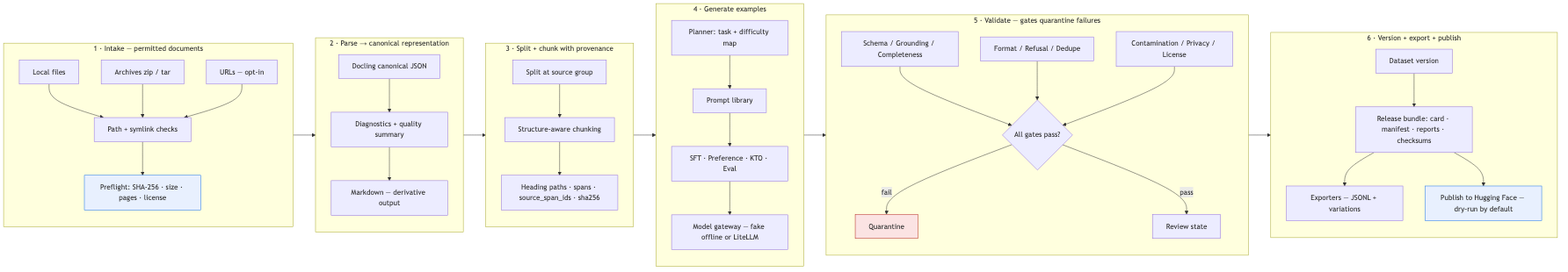
waalwalker1/knovaryn keeps this Mermaid diagram as docs/assets/pipeline-flow.png. Above is the earlier version. Its source is kept beside it as docs/assets/pipeline-flow.mmd. Source of this version:
```mermaid
flowchart LR
    subgraph INPUT["1 · Intake — permitted documents"]
        direction TB
        A1["Local files"] --> A2["Path + symlink checks"]
        A3["Archives zip / tar"] --> A2
        A4["URLs — opt-in"] --> A2
        A2 --> A5["Preflight: SHA-256 · size · pages · license"]
    end

    subgraph PARSE["2 · Parse → canonical representation"]
        direction TB
        P1["Docling canonical JSON"] --> P2["Diagnostics + quality summary"]
        P2 --> P3["Markdown — derivative output"]
    end

    subgraph SPLIT["3 · Split + chunk with provenance"]
        direction TB
        S1["Split at source group"] --> S2["Structure-aware chunking"]
        S2 --> S3["Heading paths · spans · source_span_ids · sha256"]
    end

    subgraph GEN["4 · Generate examples"]
        direction TB
        G1["Planner: task + difficulty map"] --> G2["Prompt library"]
        G2 --> G3["SFT · Preference · KTO · Eval"]
        G3 --> G4["Model gateway — fake offline or LiteLLM"]
    end

    subgraph VAL["5 · Validate — gates quarantine failures"]
        direction TB
        V1["Schema / Grounding / Completeness"]
        V2["Format / Refusal / Dedupe"]
        V3["Contamination / Privacy / License"]
        V1 --> V4{"All gates pass?"}
        V2 --> V4
        V3 --> V4
        V4 -- fail --> V5["Quarantine"]
        V4 -- pass --> V6["Review state"]
    end

    subgraph OUT["6 · Version + export + publish"]
        direction TB
        O1["Dataset version"] --> O2["Release bundle: card · manifest · reports · checksums"]
        O2 --> O3["Exporters — JSONL + variations"]
        O2 --> O4["Publish to Hugging Face — dry-run by default"]
    end

    A5 --> P1
    P3 --> S1
    S3 --> G1
    G4 --> V1
    V6 --> O1

    style V5 fill:#fbe3e3,stroke:#b3261e
    style A5 fill:#e8f0fe,stroke:#1a73e8
    style O4 fill:#e8f0fe,stroke:#1a73e8
```
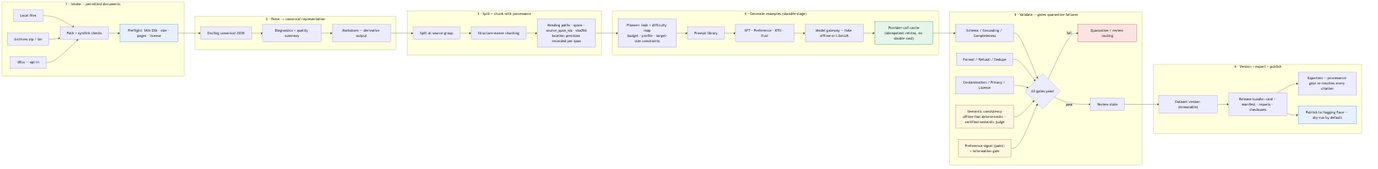
After the change.

The edit, as a diff of the source:
```diff
@@ -16,14 +16,15 @@
     subgraph SPLIT["3 · Split + chunk with provenance"]
         direction TB
         S1["Split at source group"] --> S2["Structure-aware chunking"]
-        S2 --> S3["Heading paths · spans · source_span_ids · sha256"]
+        S2 --> S3["Heading paths · spans · source_span_ids · sha256<br/>location precision recorded per span"]
     end
 
-    subgraph GEN["4 · Generate examples"]
+    subgraph GEN["4 · Generate examples (durable stage)"]
         direction TB
-        G1["Planner: task + difficulty map"] --> G2["Prompt library"]
+        G1["Planner: task + difficulty map<br/>budget · profile · target-size constraints"] --> G2["Prompt library"]
         G2 --> G3["SFT · Preference · KTO · Eval"]
         G3 --> G4["Model gateway — fake offline or LiteLLM"]
+        G4 --> G5["Provider-call cache<br/>(idempotent retries, no double cost)"]
     end
 
     subgraph VAL["5 · Validate — gates quarantine failures"]
@@ -31,26 +32,33 @@
         V1["Schema / Grounding / Completeness"]
         V2["Format / Refusal / Dedupe"]
         V3["Contamination / Privacy / License"]
-        V1 --> V4{"All gates pass?"}
-        V2 --> V4
-        V3 --> V4
-        V4 -- fail --> V5["Quarantine"]
-        V4 -- pass --> V6["Review state"]
+        V4a["Semantic consistency<br/>offline-fast deterministic · certified-semantic judge"]
+        V4b["Preference signal (pairs)<br/>+ information gain"]
+        V1 --> V5{"All gates pass?"}
+        V2 --> V5
+        V3 --> V5
+        V4a --> V5
+        V4b --> V5
+        V5 -- fail --> V6["Quarantine / review routing"]
+        V5 -- pass --> V7["Review state"]
     end
 
     subgraph OUT["6 · Version + export + publish"]
         direction TB
-        O1["Dataset version"] --> O2["Release bundle: card · manifest · reports · checksums"]
-        O2 --> O3["Exporters — JSONL + variations"]
+        O1["Dataset version (immutable)"] --> O2["Release bundle: card · manifest · reports · checksums"]
+        O2 --> O3["Exporters — provenance gate re-resolves every citation"]
         O2 --> O4["Publish to Hugging Face — dry-run by default"]
     end
 
     A5 --> P1
     P3 --> S1
     S3 --> G1
-    G4 --> V1
-    V6 --> O1
+    G5 --> V1
+    V7 --> O1
 
-    style V5 fill:#fbe3e3,stroke:#b3261e
+    style V6 fill:#fbe3e3,stroke:#b3261e
     style A5 fill:#e8f0fe,stroke:#1a73e8
     style O4 fill:#e8f0fe,stroke:#1a73e8
+    style V4a fill:#fef7e0,stroke:#b06000
+    style V4b fill:#fef7e0,stroke:#b06000
+    style G5 fill:#e6f4ea,stroke:#188038
```
